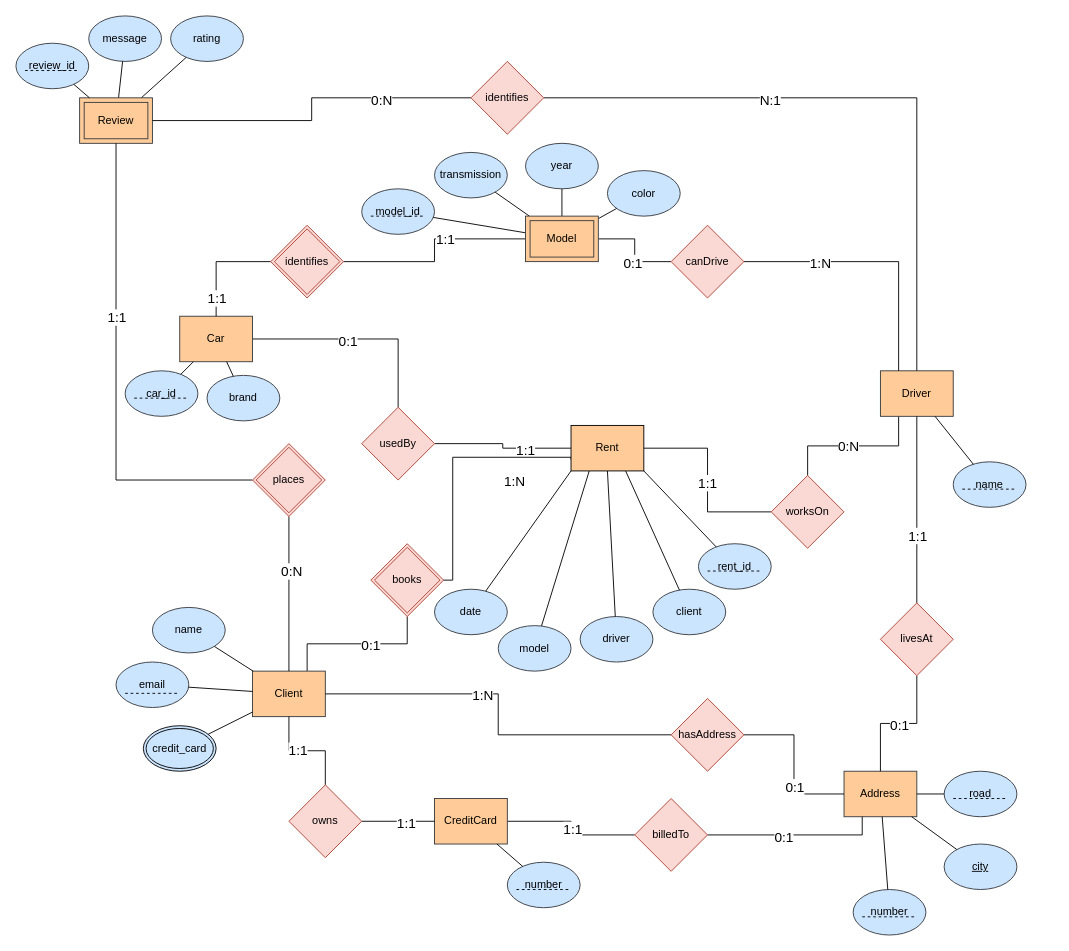
Before: 480-ER-Diagram.drawio in p-rinceS/CS-480-Project, a draw.io diagram. Source tidied: cells renumbered, new cells numbered last; positions are measured from the earlier drawing's top-left corner, leaving out a move shared by most shapes. Both pictures are drawn from the tidied source at 91%, with x=0, y=0 at pixel (15, 15).
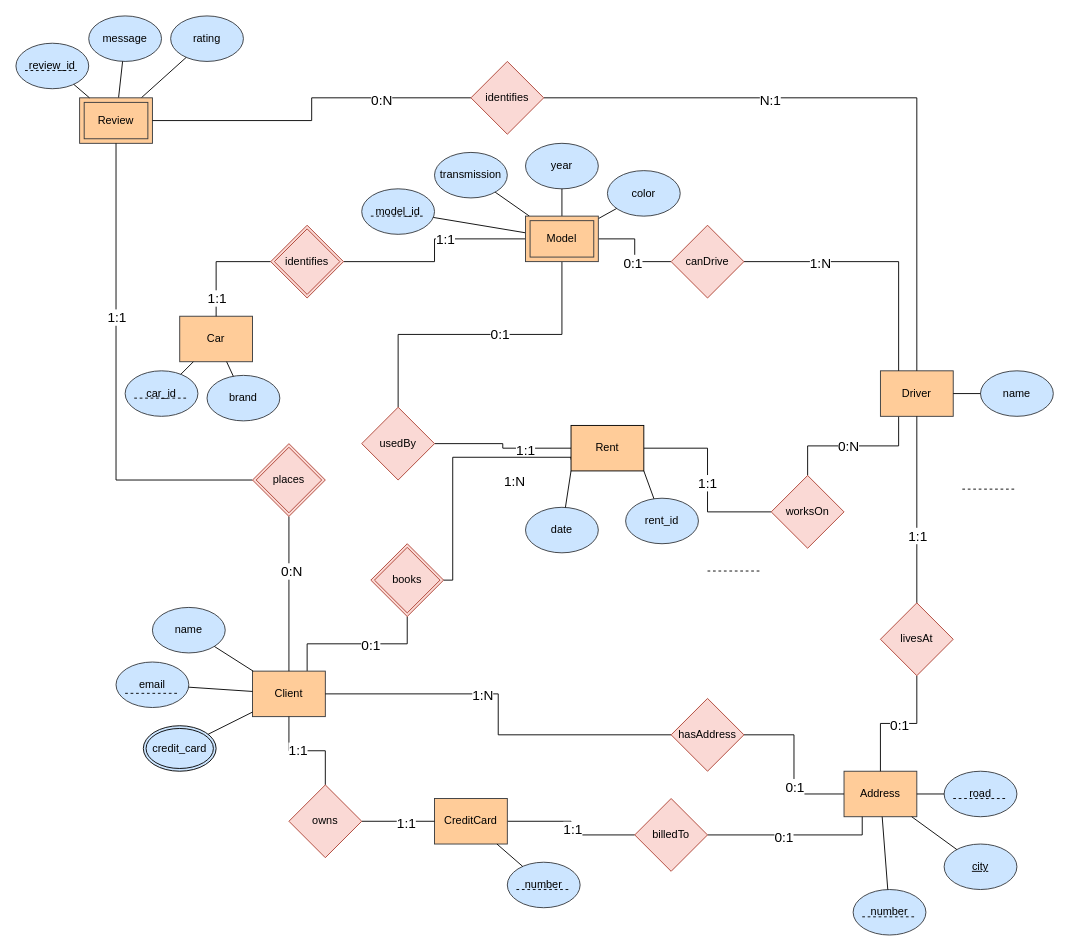
The same page after the edit.

Commit message:
Removed "model", "driver", and "client" attributes from "Rent", and connected relationship for "Rent" to "Model", instead of "Rent" to "Car"

Unchanged cells that the change refers to:
```xml
<mxCell id="15" value="Car" style="whiteSpace=wrap;html=1;fillColor=#ffcc99;strokeColor=#36393d;" parent="1" vertex="1">
  <mxGeometry x="180" y="330" width="80" height="50" as="geometry" />
</mxCell>
<mxCell id="95" value="Model" style="shape=ext;margin=3;double=1;whiteSpace=wrap;html=1;align=center;strokeColor=#36393d;verticalAlign=middle;fontFamily=Helvetica;fontSize=12;fontColor=default;fillColor=#ffcc99;" parent="1" vertex="1">
  <mxGeometry x="560" y="220" width="80" height="50" as="geometry" />
</mxCell>
<mxCell id="97" value="usedBy" style="shape=rhombus;perimeter=rhombusPerimeter;whiteSpace=wrap;html=1;align=center;fillColor=#fad9d5;strokeColor=#ae4132;" parent="1" vertex="1">
  <mxGeometry x="380" y="430" width="80" height="80" as="geometry" />
</mxCell>
<mxCell id="108" value="Rent" style="rounded=0;whiteSpace=wrap;html=1;fillColor=#FFCC99;strokeColor=#000000;strokeWidth=1;" parent="1" vertex="1">
  <mxGeometry x="610" y="450" width="80" height="50" as="geometry" />
</mxCell>
```

The edit, as a diff of the source:
```diff
@@
-    <mxCell id="13" style="edgeStyle=orthogonalEdgeStyle;rounded=0;jettySize=auto;html=1;exitX=1;exitY=0.5;exitDx=0;exitDy=0;endArrow=none;startFill=0;" parent="1" edge="1" source="15" target="97">
+    <mxCell id="13" style="edgeStyle=orthogonalEdgeStyle;rounded=0;jettySize=auto;html=1;exitX=0.5;exitY=1;exitDx=0;exitDy=0;endArrow=none;startFill=0;" parent="1" edge="1" source="95" target="97">
       <mxGeometry relative="1" as="geometry" />
     </mxCell>
@@
-    <mxCell id="17" value="&lt;span style=&quot;font-style: normal;&quot;&gt;client&lt;/span&gt;" style="ellipse;whiteSpace=wrap;html=1;fillColor=#cce5ff;strokeColor=#36393d;fontStyle=2;" parent="1" vertex="1">
-      <mxGeometry x="700" y="630" width="80" height="50" as="geometry" />
-    </mxCell>
-    <mxCell id="18" value="&lt;span style=&quot;font-style: normal;&quot;&gt;driver&lt;/span&gt;" style="ellipse;whiteSpace=wrap;html=1;fillColor=#cce5ff;strokeColor=#36393d;fontStyle=2;" parent="1" vertex="1">
-      <mxGeometry x="620" y="660" width="80" height="50" as="geometry" />
-    </mxCell>
-    <mxCell id="19" value="model" style="ellipse;whiteSpace=wrap;html=1;fillColor=#cce5ff;strokeColor=#36393d;" parent="1" vertex="1">
-      <mxGeometry x="530" y="670" width="80" height="50" as="geometry" />
-    </mxCell>
     <mxCell id="20" value="date" style="ellipse;whiteSpace=wrap;html=1;fillColor=#cce5ff;strokeColor=#36393d;" parent="1" vertex="1">
-      <mxGeometry x="460" y="630" width="80" height="50" as="geometry" />
+      <mxGeometry x="560" y="540" width="80" height="50" as="geometry" />
     </mxCell>
-    <mxCell id="21" style="endArrow=none;html=1;rounded=0;entryX=0.75;entryY=1;entryDx=0;entryDy=0;" parent="1" edge="1" source="17" target="108">
-      <mxGeometry relative="1" as="geometry" />
-    </mxCell>
-    <mxCell id="22" style="endArrow=none;html=1;rounded=0;entryX=0.5;entryY=1;entryDx=0;entryDy=0;" parent="1" edge="1" source="18" target="108">
-      <mxGeometry relative="1" as="geometry" />
-    </mxCell>
-    <mxCell id="23" style="endArrow=none;html=1;rounded=0;entryX=0.25;entryY=1;entryDx=0;entryDy=0;" parent="1" edge="1" source="19" target="108">
-      <mxGeometry relative="1" as="geometry" />
-    </mxCell>
@@
     <mxCell id="25" value="&lt;span&gt;name&lt;/span&gt;" style="ellipse;whiteSpace=wrap;html=1;fillColor=#cce5ff;strokeColor=#36393d;fontStyle=0;" parent="1" vertex="1">
-      <mxGeometry x="1030" y="490" width="80" height="50" as="geometry" />
+      <mxGeometry x="1060" y="390" width="80" height="50" as="geometry" />
     </mxCell>
@@
     <mxCell id="106" value="&lt;span style=&quot;font-style: normal;&quot;&gt;&lt;span&gt;rent_id&lt;/span&gt;&lt;/span&gt;" style="ellipse;whiteSpace=wrap;html=1;fillColor=#cce5ff;strokeColor=#36393d;fontStyle=2;" parent="1" vertex="1">
-      <mxGeometry x="750" y="580" width="80" height="50" as="geometry" />
+      <mxGeometry x="670" y="530" width="80" height="50" as="geometry" />
     </mxCell>
```
